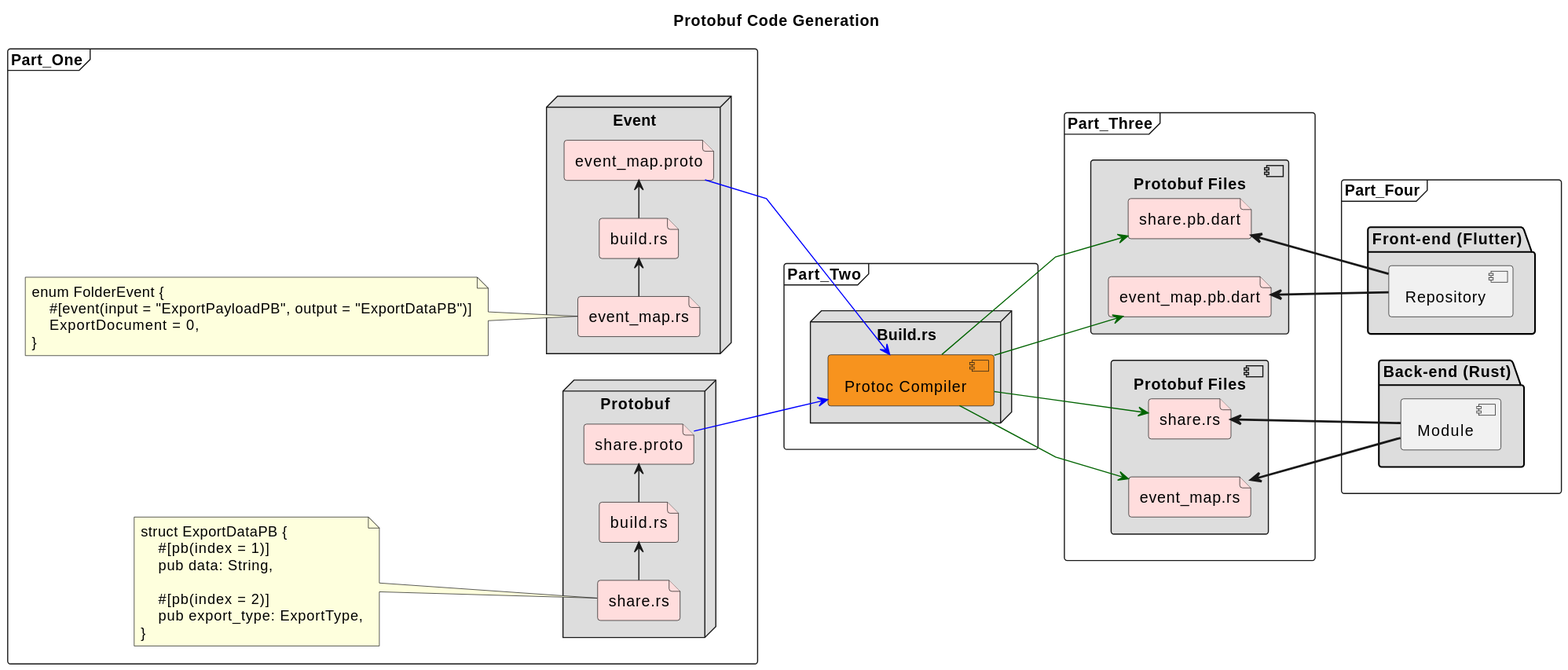
Before: uml/output/FlowySDK-Protobuf_Code_Generation.svg, a diagram exported from PlantUML (AppFlowy-IO/AppFlowy-Docs). The source it was exported from:
```plantuml
@startuml FlowySDK
title Protobuf Code Generation
left to right direction
skinparam linetype polyline

frame Part_One {
    node "Event" #DDDDDD {
        file EventSource as "event_map.rs" #FFDDDD
        file EventCodeGen as "build.rs" #FFDDDD
        file EventDefine as "event_map.proto" #FFDDDD
    }
    note left of EventSource
    enum FolderEvent {
        #[event(input = "ExportPayloadPB", output = "ExportDataPB")]
        ExportDocument = 0,
    }
    end note

    node "Protobuf" #DDDDDD {
        file PBSource as "share.rs" #FFDDDD
        file PBCodeGen as "build.rs" #FFDDDD
        file PBDefine as "share.proto" #FFDDDD
    }
    note left of PBSource
    struct ExportDataPB {
        #[pb(index = 1)]
        pub data: String,

        #[pb(index = 2)]
        pub export_type: ExportType,
    }
    end note

    EventSource -> EventCodeGen
        EventCodeGen -> EventDefine
        PBSource -> PBCodeGen
        PBCodeGen -> PBDefine
}

frame Part_Two {
    node "Build.rs" #DDDDDD {
        component Builder as "Protoc Compiler" #F7931E
    }
}


frame Part_Three {
    component Protobuf_Files_Dart as "Protobuf Files" #DDDDDD {
        file dart_event as "event_map.pb.dart" #FFDDDD
        file dart_pb as "share.pb.dart" #FFDDDD
    }

    component Protobuf_Files_Rust as "Protobuf Files" #DDDDDD {
        file rust_event as "event_map.rs" #FFDDDD
        file rust_pb as "share.rs" #FFDDDD
    }
}

frame Part_Four {
    package "Front-end (Flutter)" #DDDDDD {
        component Repository
    }

    package "Back-end (Rust)" #DDDDDD {
        component Module
    }
}

EventDefine -[#blue]-> Builder
PBDefine -[#blue]-> Builder

Builder -[#DarkGreen]-> dart_event
Builder -[#DarkGreen]-> dart_pb
Builder -[#DarkGreen]-> rust_event
Builder -[#DarkGreen]-> rust_pb

Repository -[bold]up-> dart_event
Repository -[bold]up-> dart_pb

Module -[bold]up-> rust_event
Module -[bold]up-> rust_pb
@enduml
```
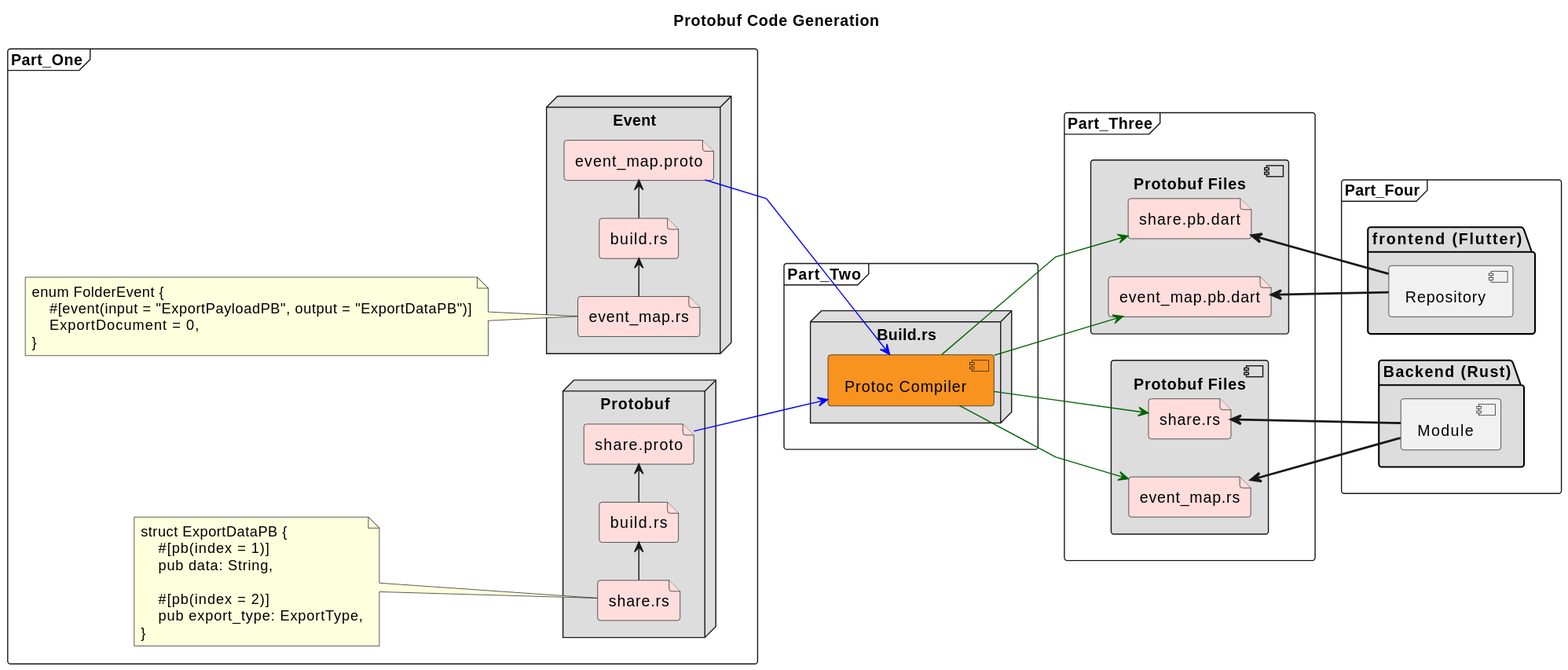
The same diagram one commit later.

The edit, as a diff of the source:
```diff
@@ -57,11 +57,11 @@
 }
 
 frame Part_Four {
-    package "Front-end (Flutter)" #DDDDDD {
+    package "frontend (Flutter)" #DDDDDD {
         component Repository
     }
 
-    package "Back-end (Rust)" #DDDDDD {
+    package "Backend (Rust)" #DDDDDD {
         component Module
     }
 }
```
